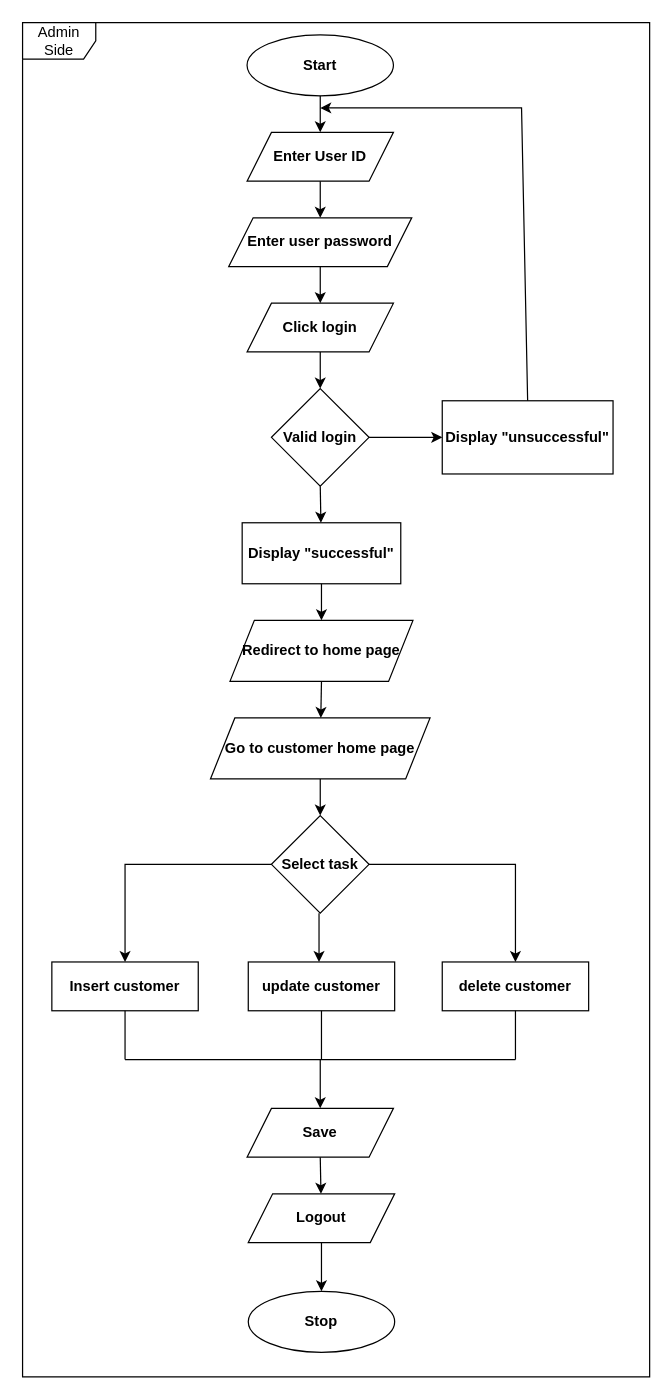
YuchiraJA/PAF-Project-ER-Diagram keeps this draw.io diagram as page "Yuchira-flow2" (23 of 37) of PAF ER Diagram.drawio. Above is the earlier version. Source tidied: cells renumbered, new cells numbered last; positions are measured from the earlier drawing's top-left corner, leaving out a move shared by most shapes. Both pictures are drawn from the tidied source at 122%, with x=0, y=0 at pixel (22, 22).
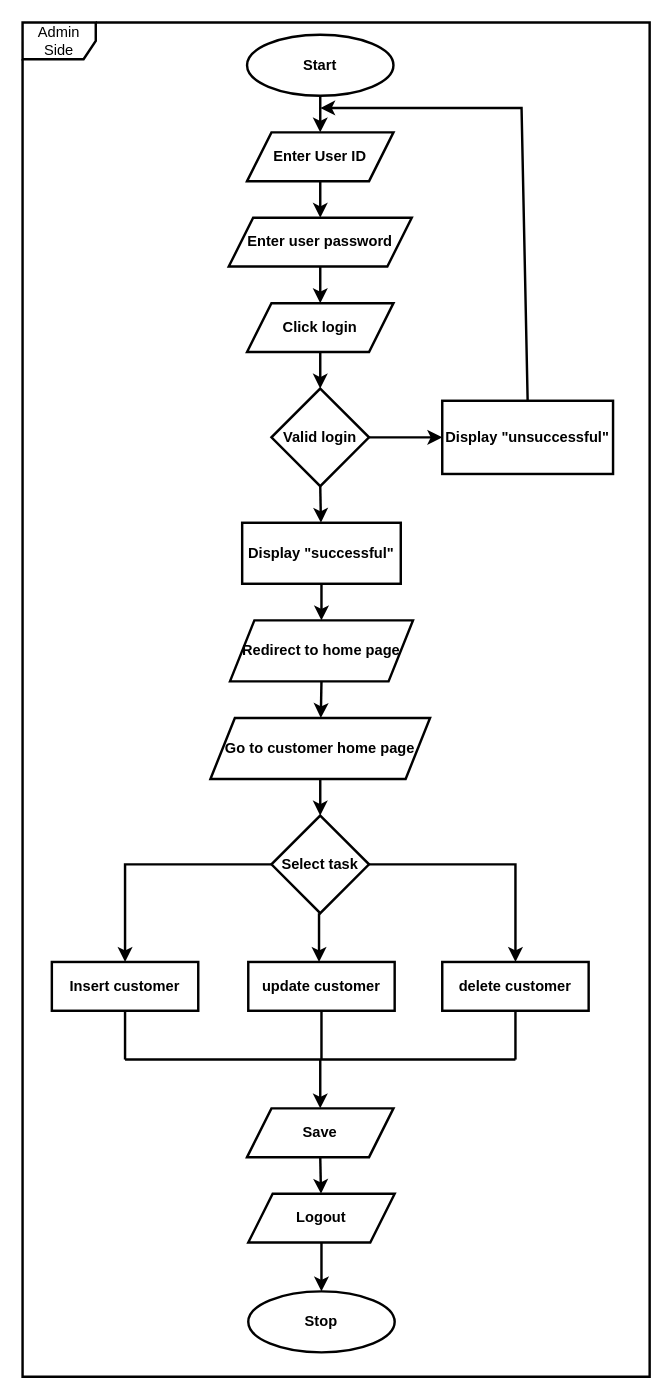
Above is the later version.

The edit, as a diff of the source:
```diff
@@
-    <mxCell id="2" value="&lt;b&gt;Start&lt;/b&gt;" style="ellipse;whiteSpace=wrap;html=1;strokeWidth=1;" parent="1" vertex="1">
+    <mxCell id="2" value="&lt;b&gt;Start&lt;/b&gt;" style="ellipse;whiteSpace=wrap;html=1;strokeWidth=2;" parent="1" vertex="1">
       <mxGeometry x="184" y="10" width="120" height="50" as="geometry" />
     </mxCell>
-    <mxCell id="3" style="endArrow=classic;html=1;rounded=0;exitX=0.5;exitY=1;exitDx=0;exitDy=0;strokeWidth=1;" parent="1" edge="1" source="2" target="4">
+    <mxCell id="3" style="endArrow=classic;html=1;rounded=0;exitX=0.5;exitY=1;exitDx=0;exitDy=0;strokeWidth=2;" parent="1" edge="1" source="2" target="4">
       <mxGeometry relative="1" as="geometry" />
     </mxCell>
-    <mxCell id="4" value="&lt;b&gt;Enter User ID&lt;/b&gt;" style="shape=parallelogram;perimeter=parallelogramPerimeter;whiteSpace=wrap;html=1;fixedSize=1;strokeWidth=1;" parent="1" vertex="1">
+    <mxCell id="4" value="&lt;b&gt;Enter User ID&lt;/b&gt;" style="shape=parallelogram;perimeter=parallelogramPerimeter;whiteSpace=wrap;html=1;fixedSize=1;strokeWidth=2;" parent="1" vertex="1">
       <mxGeometry x="184" y="90" width="120" height="40" as="geometry" />
     </mxCell>
-    <mxCell id="5" style="endArrow=classic;html=1;rounded=0;exitX=0.5;exitY=1;exitDx=0;exitDy=0;strokeWidth=1;" parent="1" edge="1" source="4" target="6">
+    <mxCell id="5" style="endArrow=classic;html=1;rounded=0;exitX=0.5;exitY=1;exitDx=0;exitDy=0;strokeWidth=2;" parent="1" edge="1" source="4" target="6">
       <mxGeometry relative="1" as="geometry" />
     </mxCell>
-    <mxCell id="6" value="&lt;b&gt;Enter user password&lt;/b&gt;" style="shape=parallelogram;perimeter=parallelogramPerimeter;whiteSpace=wrap;html=1;fixedSize=1;strokeWidth=1;" parent="1" vertex="1">
+    <mxCell id="6" value="&lt;b&gt;Enter user password&lt;/b&gt;" style="shape=parallelogram;perimeter=parallelogramPerimeter;whiteSpace=wrap;html=1;fixedSize=1;strokeWidth=2;" parent="1" vertex="1">
       <mxGeometry x="169" y="160" width="150" height="40" as="geometry" />
     </mxCell>
-    <mxCell id="7" style="endArrow=classic;html=1;rounded=0;exitX=0.5;exitY=1;exitDx=0;exitDy=0;strokeWidth=1;" parent="1" edge="1" source="6" target="8">
+    <mxCell id="7" style="endArrow=classic;html=1;rounded=0;exitX=0.5;exitY=1;exitDx=0;exitDy=0;strokeWidth=2;" parent="1" edge="1" source="6" target="8">
       <mxGeometry relative="1" as="geometry" />
     </mxCell>
-    <mxCell id="8" value="&lt;b&gt;Click login&lt;/b&gt;" style="shape=parallelogram;perimeter=parallelogramPerimeter;whiteSpace=wrap;html=1;fixedSize=1;strokeWidth=1;" parent="1" vertex="1">
+    <mxCell id="8" value="&lt;b&gt;Click login&lt;/b&gt;" style="shape=parallelogram;perimeter=parallelogramPerimeter;whiteSpace=wrap;html=1;fixedSize=1;strokeWidth=2;" parent="1" vertex="1">
       <mxGeometry x="184" y="230" width="120" height="40" as="geometry" />
     </mxCell>
-    <mxCell id="9" style="endArrow=classic;html=1;rounded=0;exitX=0.5;exitY=1;exitDx=0;exitDy=0;strokeWidth=1;" parent="1" edge="1" source="8" target="10">
+    <mxCell id="9" style="endArrow=classic;html=1;rounded=0;exitX=0.5;exitY=1;exitDx=0;exitDy=0;strokeWidth=2;" parent="1" edge="1" source="8" target="10">
       <mxGeometry relative="1" as="geometry" />
     </mxCell>
-    <mxCell id="10" value="&lt;b&gt;Valid login&lt;/b&gt;" style="rhombus;whiteSpace=wrap;html=1;strokeWidth=1;" parent="1" vertex="1">
+    <mxCell id="10" value="&lt;b&gt;Valid login&lt;/b&gt;" style="rhombus;whiteSpace=wrap;html=1;strokeWidth=2;" parent="1" vertex="1">
       <mxGeometry x="204" y="300" width="80" height="80" as="geometry" />
     </mxCell>
-    <mxCell id="11" style="endArrow=classic;html=1;rounded=0;exitX=1;exitY=0.5;exitDx=0;exitDy=0;strokeWidth=1;" parent="1" edge="1" source="10" target="12">
+    <mxCell id="11" style="endArrow=classic;html=1;rounded=0;exitX=1;exitY=0.5;exitDx=0;exitDy=0;strokeWidth=2;" parent="1" edge="1" source="10" target="12">
       <mxGeometry relative="1" as="geometry" />
     </mxCell>
-    <mxCell id="12" value="&lt;b&gt;Display &quot;unsuccessful&quot;&lt;/b&gt;" style="rounded=0;whiteSpace=wrap;html=1;strokeWidth=1;" parent="1" vertex="1">
+    <mxCell id="12" value="&lt;b&gt;Display &quot;unsuccessful&quot;&lt;/b&gt;" style="rounded=0;whiteSpace=wrap;html=1;strokeWidth=2;" parent="1" vertex="1">
       <mxGeometry x="344" y="310" width="140" height="60" as="geometry" />
     </mxCell>
-    <mxCell id="13" style="endArrow=classic;html=1;rounded=0;exitX=0.5;exitY=0;exitDx=0;exitDy=0;strokeWidth=1;" parent="1" edge="1" source="12">
+    <mxCell id="13" style="endArrow=classic;html=1;rounded=0;exitX=0.5;exitY=0;exitDx=0;exitDy=0;strokeWidth=2;" parent="1" edge="1" source="12">
       <mxGeometry relative="1" as="geometry">
         <mxPoint x="244" y="70" as="targetPoint" />
         <Array as="points">
           <mxPoint x="409" y="70" />
         </Array>
       </mxGeometry>
     </mxCell>
-    <mxCell id="14" style="endArrow=classic;html=1;rounded=0;exitX=0.5;exitY=1;exitDx=0;exitDy=0;strokeWidth=1;" parent="1" edge="1" source="10" target="15">
+    <mxCell id="14" style="endArrow=classic;html=1;rounded=0;exitX=0.5;exitY=1;exitDx=0;exitDy=0;strokeWidth=2;" parent="1" edge="1" source="10" target="15">
       <mxGeometry relative="1" as="geometry" />
     </mxCell>
-    <mxCell id="15" value="&lt;b&gt;Display &quot;successful&quot;&lt;/b&gt;" style="rounded=0;whiteSpace=wrap;html=1;strokeWidth=1;" parent="1" vertex="1">
+    <mxCell id="15" value="&lt;b&gt;Display &quot;successful&quot;&lt;/b&gt;" style="rounded=0;whiteSpace=wrap;html=1;strokeWidth=2;" parent="1" vertex="1">
       <mxGeometry x="180" y="410" width="130" height="50" as="geometry" />
     </mxCell>
-    <mxCell id="16" style="endArrow=classic;html=1;rounded=0;exitX=0.5;exitY=1;exitDx=0;exitDy=0;strokeWidth=1;" parent="1" edge="1" source="15" target="17">
+    <mxCell id="16" style="endArrow=classic;html=1;rounded=0;exitX=0.5;exitY=1;exitDx=0;exitDy=0;strokeWidth=2;" parent="1" edge="1" source="15" target="17">
       <mxGeometry relative="1" as="geometry" />
     </mxCell>
-    <mxCell id="17" value="&lt;b&gt;Redirect to home page&lt;/b&gt;" style="shape=parallelogram;perimeter=parallelogramPerimeter;whiteSpace=wrap;html=1;fixedSize=1;strokeWidth=1;" parent="1" vertex="1">
+    <mxCell id="17" value="&lt;b&gt;Redirect to home page&lt;/b&gt;" style="shape=parallelogram;perimeter=parallelogramPerimeter;whiteSpace=wrap;html=1;fixedSize=1;strokeWidth=2;" parent="1" vertex="1">
       <mxGeometry x="170" y="490" width="150" height="50" as="geometry" />
     </mxCell>
-    <mxCell id="18" style="endArrow=classic;html=1;rounded=0;exitX=0.5;exitY=1;exitDx=0;exitDy=0;strokeWidth=1;" parent="1" edge="1" source="17" target="19">
+    <mxCell id="18" style="endArrow=classic;html=1;rounded=0;exitX=0.5;exitY=1;exitDx=0;exitDy=0;strokeWidth=2;" parent="1" edge="1" source="17" target="19">
       <mxGeometry relative="1" as="geometry" />
     </mxCell>
-    <mxCell id="19" value="&lt;b&gt;Go to customer home page&lt;/b&gt;" style="shape=parallelogram;perimeter=parallelogramPerimeter;whiteSpace=wrap;html=1;fixedSize=1;strokeWidth=1;" parent="1" vertex="1">
+    <mxCell id="19" value="&lt;b&gt;Go to customer home page&lt;/b&gt;" style="shape=parallelogram;perimeter=parallelogramPerimeter;whiteSpace=wrap;html=1;fixedSize=1;strokeWidth=2;" parent="1" vertex="1">
       <mxGeometry x="154" y="570" width="180" height="50" as="geometry" />
     </mxCell>
-    <mxCell id="20" style="endArrow=classic;html=1;rounded=0;exitX=0.5;exitY=1;exitDx=0;exitDy=0;strokeWidth=1;" parent="1" edge="1" source="19" target="21">
+    <mxCell id="20" style="endArrow=classic;html=1;rounded=0;exitX=0.5;exitY=1;exitDx=0;exitDy=0;strokeWidth=2;" parent="1" edge="1" source="19" target="21">
       <mxGeometry relative="1" as="geometry" />
     </mxCell>
-    <mxCell id="21" value="&lt;b&gt;Select task&lt;/b&gt;" style="rhombus;whiteSpace=wrap;html=1;strokeWidth=1;" parent="1" vertex="1">
+    <mxCell id="21" value="&lt;b&gt;Select task&lt;/b&gt;" style="rhombus;whiteSpace=wrap;html=1;strokeWidth=2;" parent="1" vertex="1">
       <mxGeometry x="204" y="650" width="80" height="80" as="geometry" />
     </mxCell>
-    <mxCell id="22" value="&lt;b&gt;Insert customer&lt;/b&gt;" style="rounded=0;whiteSpace=wrap;html=1;strokeWidth=1;" parent="1" vertex="1">
+    <mxCell id="22" value="&lt;b&gt;Insert customer&lt;/b&gt;" style="rounded=0;whiteSpace=wrap;html=1;strokeWidth=2;" parent="1" vertex="1">
       <mxGeometry x="24" y="770" width="120" height="40" as="geometry" />
     </mxCell>
-    <mxCell id="23" value="&lt;b&gt;update customer&lt;/b&gt;" style="rounded=0;whiteSpace=wrap;html=1;strokeWidth=1;" parent="1" vertex="1">
+    <mxCell id="23" value="&lt;b&gt;update customer&lt;/b&gt;" style="rounded=0;whiteSpace=wrap;html=1;strokeWidth=2;" parent="1" vertex="1">
       <mxGeometry x="185" y="770" width="120" height="40" as="geometry" />
     </mxCell>
-    <mxCell id="24" value="&lt;b&gt;delete customer&lt;/b&gt;" style="rounded=0;whiteSpace=wrap;html=1;strokeWidth=1;" parent="1" vertex="1">
+    <mxCell id="24" value="&lt;b&gt;delete customer&lt;/b&gt;" style="rounded=0;whiteSpace=wrap;html=1;strokeWidth=2;" parent="1" vertex="1">
       <mxGeometry x="344" y="770" width="120" height="40" as="geometry" />
     </mxCell>
-    <mxCell id="25" style="endArrow=classic;html=1;rounded=0;exitX=0.5;exitY=1;exitDx=0;exitDy=0;strokeWidth=1;" parent="1" edge="1">
+    <mxCell id="25" style="endArrow=classic;html=1;rounded=0;exitX=0.5;exitY=1;exitDx=0;exitDy=0;strokeWidth=2;" parent="1" edge="1">
       <mxGeometry relative="1" as="geometry">
         <mxPoint x="243" y="730" as="sourcePoint" />
         <mxPoint x="243" y="770" as="targetPoint" />
       </mxGeometry>
     </mxCell>
-    <mxCell id="26" style="endArrow=classic;html=1;rounded=0;exitX=1;exitY=0.5;exitDx=0;exitDy=0;entryX=0.5;entryY=0;entryDx=0;entryDy=0;strokeWidth=1;" parent="1" edge="1" source="21" target="24">
+    <mxCell id="26" style="endArrow=classic;html=1;rounded=0;exitX=1;exitY=0.5;exitDx=0;exitDy=0;entryX=0.5;entryY=0;entryDx=0;entryDy=0;strokeWidth=2;" parent="1" edge="1" source="21" target="24">
       <mxGeometry relative="1" as="geometry">
         <Array as="points">
           <mxPoint x="404" y="690" />
         </Array>
       </mxGeometry>
     </mxCell>
-    <mxCell id="27" style="endArrow=classic;html=1;rounded=0;exitX=0;exitY=0.5;exitDx=0;exitDy=0;entryX=0.5;entryY=0;entryDx=0;entryDy=0;strokeWidth=1;" parent="1" edge="1" source="21" target="22">
+    <mxCell id="27" style="endArrow=classic;html=1;rounded=0;exitX=0;exitY=0.5;exitDx=0;exitDy=0;entryX=0.5;entryY=0;entryDx=0;entryDy=0;strokeWidth=2;" parent="1" edge="1" source="21" target="22">
       <mxGeometry relative="1" as="geometry">
         <Array as="points">
           <mxPoint x="84" y="690" />
         </Array>
       </mxGeometry>
     </mxCell>
-    <mxCell id="28" value="&lt;b&gt;Save&lt;/b&gt;" style="shape=parallelogram;perimeter=parallelogramPerimeter;whiteSpace=wrap;html=1;fixedSize=1;strokeWidth=1;" parent="1" vertex="1">
+    <mxCell id="28" value="&lt;b&gt;Save&lt;/b&gt;" style="shape=parallelogram;perimeter=parallelogramPerimeter;whiteSpace=wrap;html=1;fixedSize=1;strokeWidth=2;" parent="1" vertex="1">
       <mxGeometry x="184" y="890" width="120" height="40" as="geometry" />
     </mxCell>
-    <mxCell id="29" style="endArrow=classic;html=1;rounded=0;strokeWidth=1;" parent="1" edge="1">
+    <mxCell id="29" style="endArrow=classic;html=1;rounded=0;strokeWidth=2;" parent="1" edge="1">
       <mxGeometry relative="1" as="geometry">
         <mxPoint x="244" y="850" as="sourcePoint" />
         <mxPoint x="244" y="890" as="targetPoint" />
       </mxGeometry>
     </mxCell>
-    <mxCell id="30" style="endArrow=none;html=1;rounded=0;strokeWidth=1;entryX=0.5;entryY=1;entryDx=0;entryDy=0;" parent="1" edge="1" target="24">
+    <mxCell id="30" style="endArrow=none;html=1;rounded=0;strokeWidth=2;entryX=0.5;entryY=1;entryDx=0;entryDy=0;" parent="1" edge="1" target="24">
       <mxGeometry relative="1" as="geometry">
         <mxPoint x="404" y="850" as="sourcePoint" />
       </mxGeometry>
     </mxCell>
-    <mxCell id="31" style="endArrow=none;html=1;rounded=0;strokeWidth=1;entryX=0.5;entryY=1;entryDx=0;entryDy=0;" parent="1" edge="1" target="23">
+    <mxCell id="31" style="endArrow=none;html=1;rounded=0;strokeWidth=2;entryX=0.5;entryY=1;entryDx=0;entryDy=0;" parent="1" edge="1" target="23">
       <mxGeometry relative="1" as="geometry">
         <mxPoint x="245" y="850" as="sourcePoint" />
       </mxGeometry>
     </mxCell>
-    <mxCell id="32" style="endArrow=none;html=1;rounded=0;strokeWidth=1;entryX=0.5;entryY=1;entryDx=0;entryDy=0;" parent="1" edge="1" target="22">
+    <mxCell id="32" style="endArrow=none;html=1;rounded=0;strokeWidth=2;entryX=0.5;entryY=1;entryDx=0;entryDy=0;" parent="1" edge="1" target="22">
       <mxGeometry relative="1" as="geometry">
         <mxPoint x="84" y="850" as="sourcePoint" />
       </mxGeometry>
     </mxCell>
-    <mxCell id="33" style="endArrow=none;html=1;rounded=0;strokeWidth=1;" parent="1" edge="1">
+    <mxCell id="33" style="endArrow=none;html=1;rounded=0;strokeWidth=2;" parent="1" edge="1">
       <mxGeometry relative="1" as="geometry">
         <mxPoint x="84" y="850" as="sourcePoint" />
         <mxPoint x="404" y="850" as="targetPoint" />
       </mxGeometry>
     </mxCell>
-    <mxCell id="34" style="endArrow=classic;html=1;rounded=0;strokeWidth=1;exitX=0.5;exitY=1;exitDx=0;exitDy=0;" parent="1" edge="1" source="28" target="35">
+    <mxCell id="34" style="endArrow=classic;html=1;rounded=0;strokeWidth=2;exitX=0.5;exitY=1;exitDx=0;exitDy=0;" parent="1" edge="1" source="28" target="35">
       <mxGeometry relative="1" as="geometry" />
     </mxCell>
-    <mxCell id="35" value="&lt;b&gt;Logout&lt;/b&gt;" style="shape=parallelogram;perimeter=parallelogramPerimeter;whiteSpace=wrap;html=1;fixedSize=1;strokeWidth=1;" parent="1" vertex="1">
+    <mxCell id="35" value="&lt;b&gt;Logout&lt;/b&gt;" style="shape=parallelogram;perimeter=parallelogramPerimeter;whiteSpace=wrap;html=1;fixedSize=1;strokeWidth=2;" parent="1" vertex="1">
       <mxGeometry x="185" y="960" width="120" height="40" as="geometry" />
     </mxCell>
-    <mxCell id="36" style="endArrow=classic;html=1;rounded=0;strokeWidth=1;exitX=0.5;exitY=1;exitDx=0;exitDy=0;" parent="1" edge="1" source="35" target="37">
+    <mxCell id="36" style="endArrow=classic;html=1;rounded=0;strokeWidth=2;exitX=0.5;exitY=1;exitDx=0;exitDy=0;" parent="1" edge="1" source="35" target="37">
       <mxGeometry relative="1" as="geometry" />
     </mxCell>
-    <mxCell id="37" value="&lt;b&gt;Stop&lt;/b&gt;" style="ellipse;whiteSpace=wrap;html=1;strokeWidth=1;" parent="1" vertex="1">
+    <mxCell id="37" value="&lt;b&gt;Stop&lt;/b&gt;" style="ellipse;whiteSpace=wrap;html=1;strokeWidth=2;" parent="1" vertex="1">
       <mxGeometry x="185" y="1040" width="120" height="50" as="geometry" />
     </mxCell>
-    <mxCell id="38" value="Admin Side" style="shape=umlFrame;whiteSpace=wrap;html=1;" parent="1" vertex="1">
+    <mxCell id="38" value="Admin Side" style="shape=umlFrame;whiteSpace=wrap;html=1;strokeWidth=2;" parent="1" vertex="1">
       <mxGeometry width="514" height="1110" as="geometry" />
     </mxCell>
```
